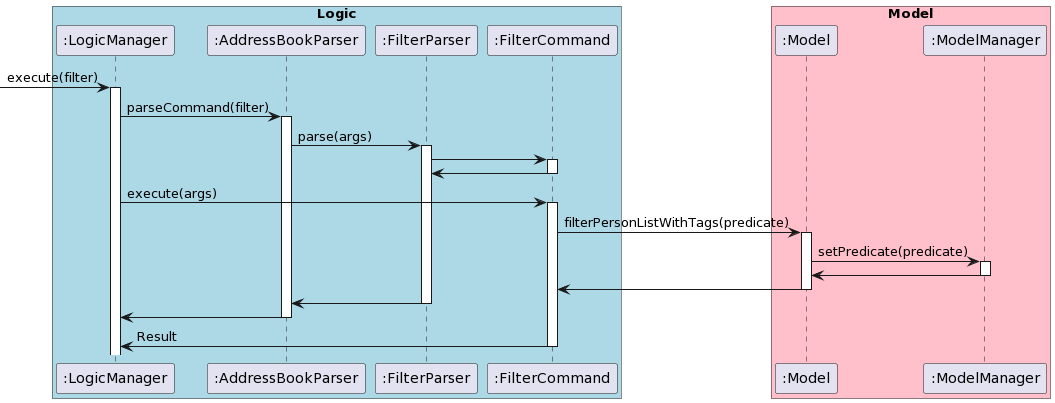
The PlantUML diagram docs/images/FilterCommandSequenceDiagram.png in nus-cs2103-AY2223S1/tp, before a commit.
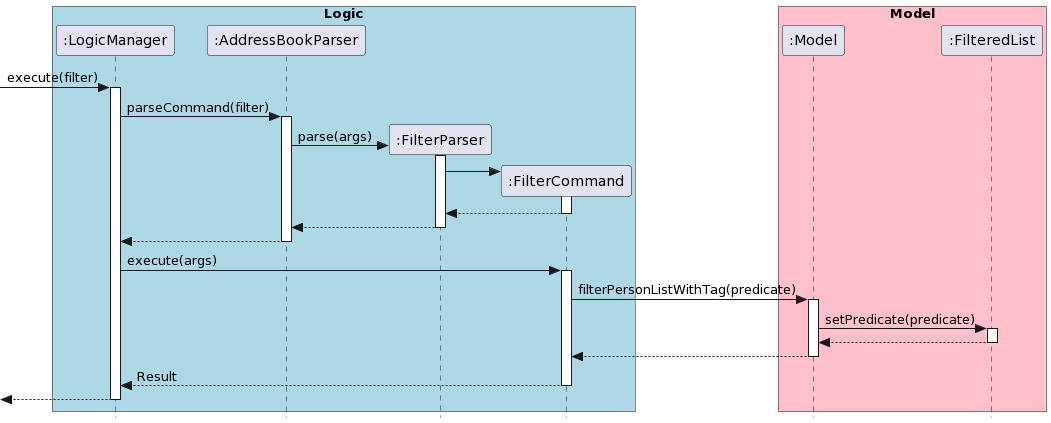
Above is the later version.

The edit, as a diff of the source:
```diff
@@ -1,4 +1,5 @@
 @startuml
+skinparam style strictuml
 box "Logic" #LightBlue
 participant ":LogicManager" as LM
 participant ":AddressBookParser" as ABParser
@@ -8,7 +9,7 @@
 
 box "Model" #Pink
 participant ":Model" as Model
-participant ":ModelManager" as MM
+participant ":FilteredList" as FL
 end box
 
 [-> LM : execute(filter)
@@ -17,36 +18,39 @@
 LM -> ABParser : parseCommand(filter)
 activate ABParser
 
-ABParser -> FParser : parse(args)
+ABParser -> FParser ** : parse(args)
 activate FParser
 
-FParser -> FilterCommand
+FParser -> FilterCommand **
 activate FilterCommand
 
-FilterCommand -> FParser
+FilterCommand --> FParser
 deactivate FilterCommand
+
+FParser --> ABParser
+deactivate FParser
+
+ABParser --> LM
+deactivate ABParser
 
 LM -> FilterCommand : execute(args)
 activate FilterCommand
 
-FilterCommand -> Model : filterPersonListWithTags(predicate)
+FilterCommand -> Model : filterPersonListWithTag(predicate)
 activate Model
 
-Model -> MM : setPredicate(predicate)
-activate MM
+Model -> FL : setPredicate(predicate)
+activate FL
 
-MM -> Model
-deactivate MM
+FL --> Model
+deactivate FL
 
-Model -> FilterCommand
+Model --> FilterCommand
 deactivate Model
 
-FParser -> ABParser
-deactivate FParser
+FilterCommand --> LM : Result
+deactivate FilterCommand
 
-ABParser -> LM
-deactivate ABParser
-
-FilterCommand -> LM : Result
-deactivate FilterCommand
+[<--LM
+deactivate LM
 @enduml
```
